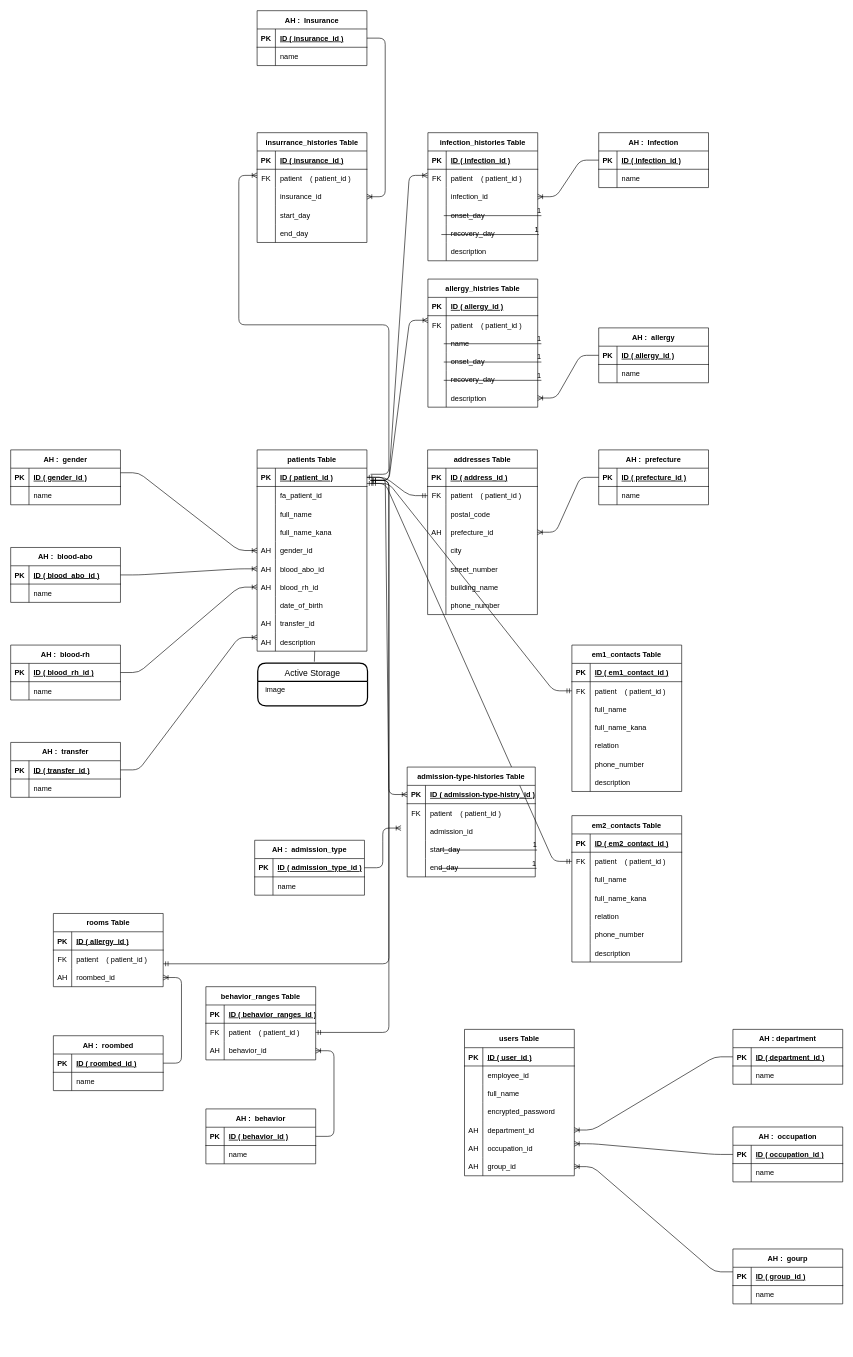
Above: ER.dio in Koi115/ekar (draw.io), before the change. Source tidied: cells renumbered, new cells numbered last; positions are measured from the earlier drawing's top-left corner, leaving out a move shared by most shapes. Both pictures are drawn from the tidied source at 61%, with x=0, y=0 at pixel (10, 10).
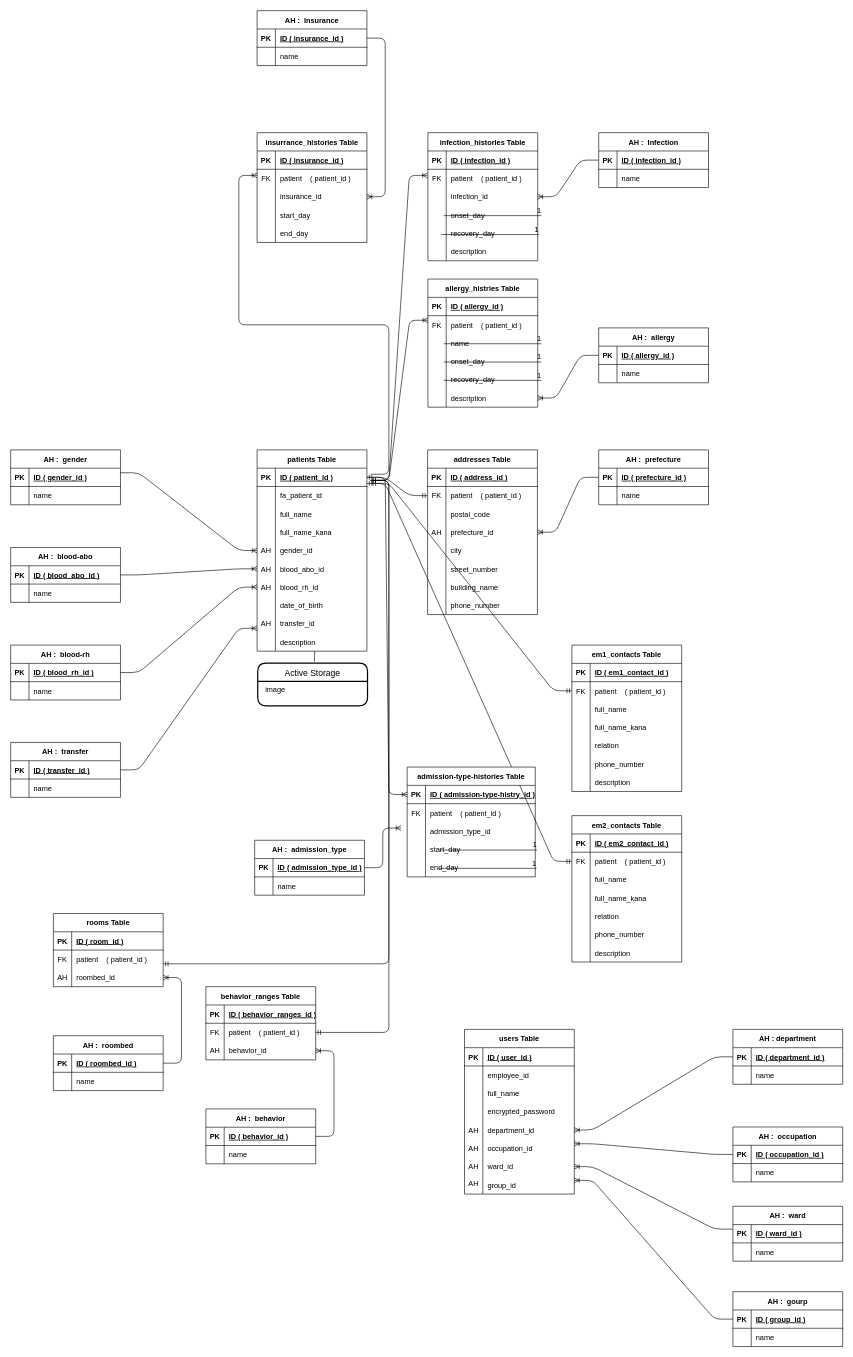
After the change.

Unchanged cells that the change refers to:
```xml
<mxCell id="21" style="shape=tableRow;horizontal=0;startSize=0;swimlaneHead=0;swimlaneBody=0;fillColor=none;top=0;left=0;right=0;bottom=0;" parent="2" vertex="1">
  <mxGeometry y="210" width="180" height="30" as="geometry" />
</mxCell>
<mxCell id="25" style="shape=tableRow;horizontal=0;startSize=0;swimlaneHead=0;swimlaneBody=0;fillColor=none;top=0;left=0;right=0;bottom=1;" parent="24" vertex="1">
  <mxGeometry y="30" width="180" height="30" as="geometry" />
</mxCell>
<mxCell id="141" value="ID ( transfer_id )" style="shape=partialRectangle;fillColor=none;top=0;left=0;bottom=0;right=0;align=left;spacingLeft=6;fontStyle=5;overflow=hidden;" parent="139" vertex="1">
  <mxGeometry x="30" width="150" height="30" as="geometry" />
</mxCell>
<mxCell id="175" value="AH" style="shape=partialRectangle;fillColor=none;top=0;left=0;bottom=0;right=0;fontStyle=0;overflow=hidden;" parent="1" vertex="1">
  <mxGeometry x="404" y="990" width="30" height="30" as="geometry" />
</mxCell>
<mxCell id="283" style="shape=tableRow;horizontal=0;startSize=0;swimlaneHead=0;swimlaneBody=0;fillColor=none;top=0;left=0;right=0;bottom=0;" parent="276" vertex="1">
  <mxGeometry y="90" width="210" height="30" as="geometry" />
</mxCell>
<mxCell id="302" style="shape=tableRow;horizontal=0;startSize=0;swimlaneHead=0;swimlaneBody=0;fillColor=none;top=0;left=0;right=0;bottom=1;" parent="301" vertex="1">
  <mxGeometry y="30" width="180" height="30" as="geometry" />
</mxCell>
```

What changed in the source:
```diff
@@
     <mxCell id="2" value="users Table" style="shape=table;startSize=30;childLayout=tableLayout;rowLines=0;fontStyle=1;align=center;" parent="1" vertex="1">
-      <mxGeometry x="744" y="1670" width="180" height="240" as="geometry" />
+      <mxGeometry x="744" y="1670" width="180" height="270" as="geometry" />
     </mxCell>
@@
-    <mxCell id="23" value="group_id" style="shape=partialRectangle;fillColor=none;top=0;left=0;bottom=0;right=0;align=left;spacingLeft=6;overflow=hidden;" parent="21" vertex="1">
+    <mxCell id="23" value="ward_id" style="shape=partialRectangle;fillColor=none;top=0;left=0;bottom=0;right=0;align=left;spacingLeft=6;overflow=hidden;" parent="21" vertex="1">
       <mxGeometry x="30" width="150" height="30" as="geometry" />
     </mxCell>
+    <mxCell id="363" style="shape=tableRow;horizontal=0;startSize=0;swimlaneHead=0;swimlaneBody=0;fillColor=none;top=0;left=0;right=0;bottom=0;" parent="2" vertex="1">
+      <mxGeometry y="240" width="180" height="30" as="geometry" />
+    </mxCell>
+    <mxCell id="364" style="shape=partialRectangle;fillColor=none;top=0;left=0;bottom=0;right=0;overflow=hidden;" parent="363" vertex="1">
+      <mxGeometry width="30" height="30" as="geometry" />
+    </mxCell>
+    <mxCell id="365" value="group_id" style="shape=partialRectangle;fillColor=none;top=0;left=0;bottom=0;right=0;align=left;spacingLeft=6;overflow=hidden;" parent="363" vertex="1">
+      <mxGeometry x="30" width="150" height="30" as="geometry" />
+    </mxCell>
-    <mxCell id="24" value="AH :  gourp" style="shape=table;startSize=30;childLayout=tableLayout;rowLines=0;fontStyle=1;align=center;" parent="1" vertex="1">
-      <mxGeometry x="1184" y="2030" width="180" height="90" as="geometry" />
+    <mxCell id="24" value="AH :  ward" style="shape=table;startSize=30;childLayout=tableLayout;rowLines=0;fontStyle=1;align=center;" parent="1" vertex="1">
+      <mxGeometry x="1184" y="1960" width="180" height="90" as="geometry" />
     </mxCell>
@@
-    <mxCell id="27" value="ID ( group_id )" style="shape=partialRectangle;fillColor=none;top=0;left=0;bottom=0;right=0;align=left;spacingLeft=6;fontStyle=5;overflow=hidden;" parent="25" vertex="1">
+    <mxCell id="27" value="ID ( ward_id )" style="shape=partialRectangle;fillColor=none;top=0;left=0;bottom=0;right=0;align=left;spacingLeft=6;fontStyle=5;overflow=hidden;" parent="25" vertex="1">
       <mxGeometry x="30" width="150" height="30" as="geometry" />
     </mxCell>
@@
-    <mxCell id="116" value="AH" style="shape=partialRectangle;fillColor=none;top=0;left=0;bottom=0;right=0;fontStyle=0;overflow=hidden;" parent="1" vertex="1">
-      <mxGeometry x="404" y="1020" width="30" height="30" as="geometry" />
-    </mxCell>
@@
-    <mxCell id="179" style="edgeStyle=entityRelationEdgeStyle;fontSize=12;html=1;endArrow=ERoneToMany;exitX=1;exitY=0.5;exitDx=0;exitDy=0;entryX=0;entryY=0.25;entryDx=0;entryDy=0;" parent="1" edge="1" source="141" target="116">
+    <mxCell id="179" style="edgeStyle=entityRelationEdgeStyle;fontSize=12;html=1;endArrow=ERoneToMany;exitX=1;exitY=0.5;exitDx=0;exitDy=0;entryX=0;entryY=0.75;entryDx=0;entryDy=0;" parent="1" edge="1" source="141" target="175">
       <mxGeometry relative="1" as="geometry" />
     </mxCell>
@@
-    <mxCell id="285" value="admission_id" style="shape=partialRectangle;fillColor=none;top=0;left=0;bottom=0;right=0;align=left;spacingLeft=6;overflow=hidden;" parent="283" vertex="1">
+    <mxCell id="285" value="admission_type_id" style="shape=partialRectangle;fillColor=none;top=0;left=0;bottom=0;right=0;align=left;spacingLeft=6;overflow=hidden;" parent="283" vertex="1">
       <mxGeometry x="30" width="180" height="30" as="geometry" />
     </mxCell>
@@
-    <mxCell id="304" value="ID ( allergy_id )" style="shape=partialRectangle;fillColor=none;top=0;left=0;bottom=0;right=0;align=left;spacingLeft=6;fontStyle=5;overflow=hidden;" parent="302" vertex="1">
+    <mxCell id="304" value="ID ( room_id )" style="shape=partialRectangle;fillColor=none;top=0;left=0;bottom=0;right=0;align=left;spacingLeft=6;fontStyle=5;overflow=hidden;" parent="302" vertex="1">
       <mxGeometry x="30" width="150" height="30" as="geometry" />
     </mxCell>
@@
+    <mxCell id="116" value="AH" style="shape=partialRectangle;fillColor=none;top=0;left=0;bottom=0;right=0;fontStyle=0;overflow=hidden;" parent="1" vertex="1">
+      <mxGeometry x="744" y="1908" width="30" height="30" as="geometry" />
+    </mxCell>
+    <mxCell id="366" value="AH :  gourp" style="shape=table;startSize=30;childLayout=tableLayout;rowLines=0;fontStyle=1;align=center;" parent="1" vertex="1">
+      <mxGeometry x="1184" y="2100" width="180" height="90" as="geometry" />
+    </mxCell>
+    <mxCell id="367" style="shape=tableRow;horizontal=0;startSize=0;swimlaneHead=0;swimlaneBody=0;fillColor=none;top=0;left=0;right=0;bottom=1;" parent="366" vertex="1">
+      <mxGeometry y="30" width="180" height="30" as="geometry" />
+    </mxCell>
+    <mxCell id="368" value="PK" style="shape=partialRectangle;fillColor=none;top=0;left=0;bottom=0;right=0;fontStyle=1;overflow=hidden;" parent="367" vertex="1">
+      <mxGeometry width="30" height="30" as="geometry" />
+    </mxCell>
+    <mxCell id="369" value="ID ( group_id )" style="shape=partialRectangle;fillColor=none;top=0;left=0;bottom=0;right=0;align=left;spacingLeft=6;fontStyle=5;overflow=hidden;" parent="367" vertex="1">
+      <mxGeometry x="30" width="150" height="30" as="geometry" />
+    </mxCell>
+    <mxCell id="370" style="shape=tableRow;horizontal=0;startSize=0;swimlaneHead=0;swimlaneBody=0;fillColor=none;top=0;left=0;right=0;bottom=0;" parent="366" vertex="1">
+      <mxGeometry y="60" width="180" height="30" as="geometry" />
+    </mxCell>
+    <mxCell id="371" style="shape=partialRectangle;fillColor=none;top=0;left=0;bottom=0;right=0;fontStyle=0;overflow=hidden;" parent="370" vertex="1">
+      <mxGeometry width="30" height="30" as="geometry" />
+    </mxCell>
+    <mxCell id="372" value="name" style="shape=partialRectangle;fillColor=none;top=0;left=0;bottom=0;right=0;align=left;spacingLeft=6;fontStyle=0;overflow=hidden;" parent="370" vertex="1">
+      <mxGeometry x="30" width="150" height="30" as="geometry" />
+    </mxCell>
+    <mxCell id="373" style="edgeStyle=entityRelationEdgeStyle;fontSize=12;html=1;endArrow=ERoneToMany;exitX=0;exitY=0.5;exitDx=0;exitDy=0;entryX=1;entryY=0.25;entryDx=0;entryDy=0;" parent="1" edge="1" source="368" target="365">
+      <mxGeometry relative="1" as="geometry" />
+    </mxCell>
```
